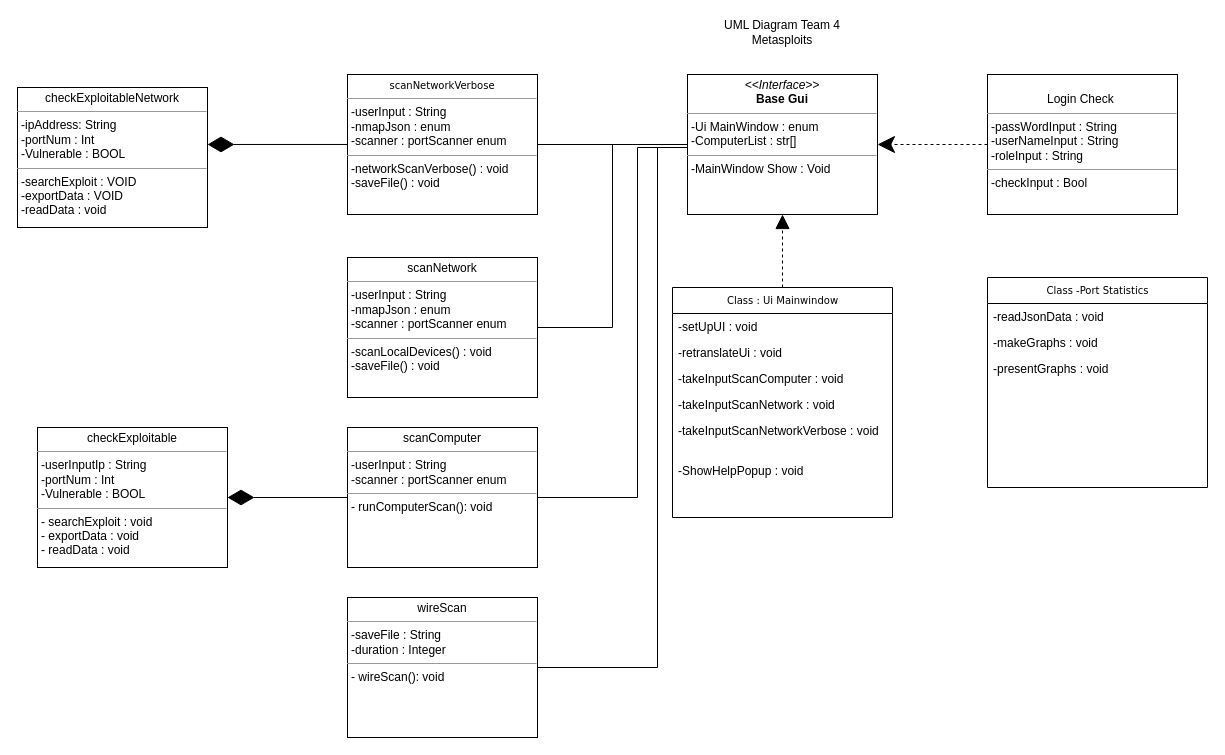
The draw.io diagram diagrams/UMLDiagram.drawio in illusion173/NetBox, before the edit. Source tidied: cells renumbered, new cells numbered last; positions are measured from the earlier drawing's top-left corner, leaving out a move shared by most shapes. Both pictures are drawn from the tidied source at 100%, with x=0, y=0 at pixel (17, 17).
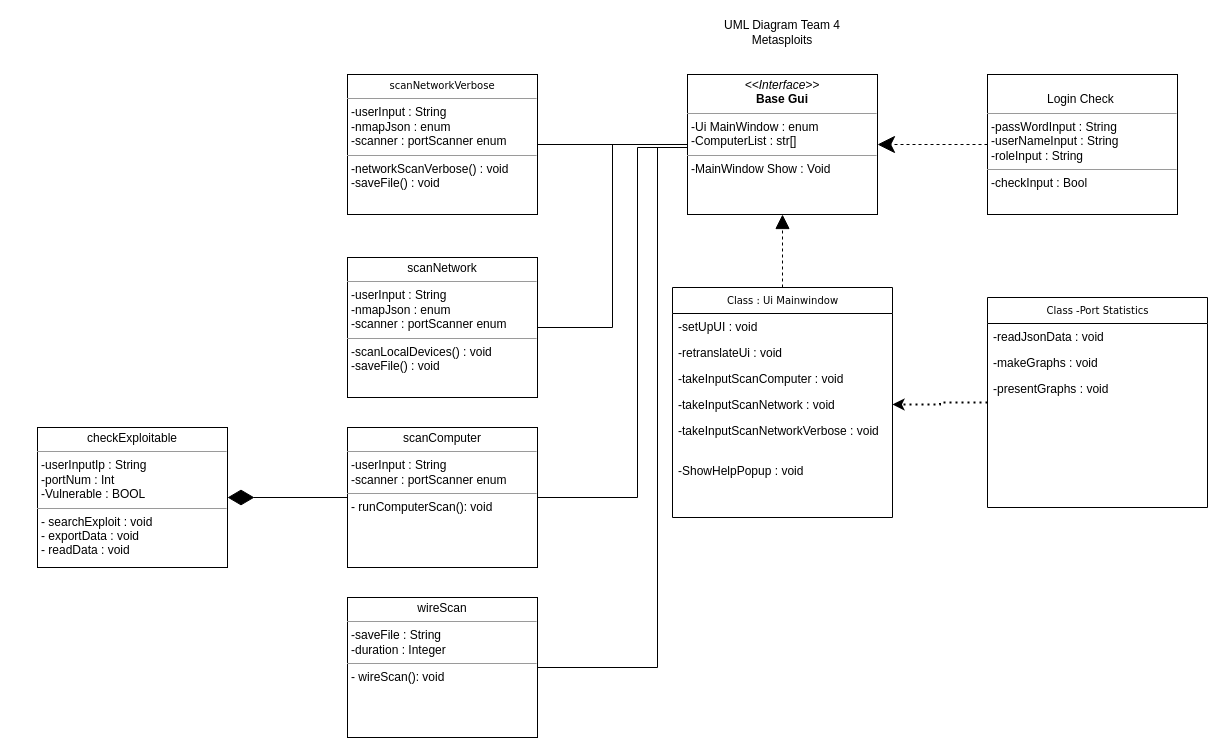
The same page after the edit.

Unchanged cells that the change refers to:
```xml
<mxCell id="7" value="-takeInputScanNetwork : void" style="text;html=1;strokeColor=none;fillColor=none;align=left;verticalAlign=top;spacingLeft=4;spacingRight=4;whiteSpace=wrap;overflow=hidden;points=[[0,0.5],[1,0.5]];portConstraint=eastwest;" parent="3" vertex="1">
  <mxGeometry y="104" width="220" height="26" as="geometry" />
</mxCell>
<mxCell id="19" value="&lt;p style=&quot;margin: 0px ; margin-top: 4px ; text-align: center&quot;&gt;&lt;span style=&quot;font-family: &amp;#34;verdana&amp;#34; ; font-size: 10px&quot;&gt;scanNetworkVerbose&lt;/span&gt;&lt;br&gt;&lt;/p&gt;&lt;hr size=&quot;1&quot;&gt;&lt;p style=&quot;margin: 0px ; margin-left: 4px&quot;&gt;-userInput : String&lt;br&gt;&lt;/p&gt;&lt;p style=&quot;margin: 0px ; margin-left: 4px&quot;&gt;-nmapJson : enum&lt;/p&gt;&lt;p style=&quot;margin: 0px ; margin-left: 4px&quot;&gt;-scanner : portScanner enum&lt;br&gt;&lt;/p&gt;&lt;hr size=&quot;1&quot;&gt;&lt;p style=&quot;margin: 0px ; margin-left: 4px&quot;&gt;-networkScanVerbose() : void&lt;/p&gt;&lt;p style=&quot;margin: 0px ; margin-left: 4px&quot;&gt;-saveFile() : void&lt;/p&gt;" style="verticalAlign=top;align=left;overflow=fill;fontSize=12;fontFamily=Helvetica;html=1;rounded=0;shadow=0;comic=0;labelBackgroundColor=none;strokeWidth=1;" parent="1" vertex="1">
  <mxGeometry x="330" y="57" width="190" height="140" as="geometry" />
</mxCell>
```

The edit, as a diff of the source:
```diff
@@
-    <mxCell id="18" style="edgeStyle=orthogonalEdgeStyle;rounded=0;jettySize=auto;html=1;entryX=1;entryY=0.407;entryDx=0;entryDy=0;entryPerimeter=0;endArrow=diamondThin;endFill=1;endSize=24;strokeWidth=1;" parent="1" edge="1" source="19" target="23">
-      <mxGeometry relative="1" as="geometry" />
-    </mxCell>
@@
-    <mxCell id="23" value="&lt;p style=&quot;margin: 0px ; margin-top: 4px ; text-align: center&quot;&gt;checkExploitableNetwork&lt;/p&gt;&lt;hr size=&quot;1&quot;&gt;&lt;p style=&quot;margin: 0px ; margin-left: 4px&quot;&gt;-ipAddress: String&lt;br&gt;&lt;/p&gt;&lt;p style=&quot;margin: 0px ; margin-left: 4px&quot;&gt;-portNum : Int&lt;/p&gt;&lt;p style=&quot;margin: 0px ; margin-left: 4px&quot;&gt;-Vulnerable : BOOL&lt;/p&gt;&lt;hr size=&quot;1&quot;&gt;&lt;p style=&quot;margin: 0px ; margin-left: 4px&quot;&gt;-searchExploit : VOID&lt;/p&gt;&lt;p style=&quot;margin: 0px ; margin-left: 4px&quot;&gt;-exportData : VOID&lt;/p&gt;&lt;p style=&quot;margin: 0px ; margin-left: 4px&quot;&gt;-readData : void&lt;/p&gt;" style="verticalAlign=top;align=left;overflow=fill;fontSize=12;fontFamily=Helvetica;html=1;rounded=0;shadow=0;comic=0;labelBackgroundColor=none;strokeWidth=1;" parent="1" vertex="1">
-      <mxGeometry y="70" width="190" height="140" as="geometry" />
-    </mxCell>
@@
+    <mxCell id="30" style="edgeStyle=orthogonalEdgeStyle;rounded=0;jettySize=auto;html=1;entryX=1;entryY=0.5;entryDx=0;entryDy=0;strokeWidth=2;dashed=1;dashPattern=1 2;" parent="1" edge="1" source="26" target="7">
+      <mxGeometry relative="1" as="geometry" />
+    </mxCell>
     <mxCell id="26" value="Class -Port Statistics" style="swimlane;html=1;fontStyle=0;horizontal=1;startSize=26;fillColor=none;swimlaneFillColor=#ffffff;rounded=0;shadow=0;comic=0;labelBackgroundColor=none;strokeWidth=1;fontFamily=Verdana;fontSize=10;align=center;" parent="1" vertex="1">
-      <mxGeometry x="970" y="260" width="220" height="210" as="geometry" />
+      <mxGeometry x="970" y="280" width="220" height="210" as="geometry" />
     </mxCell>
```
